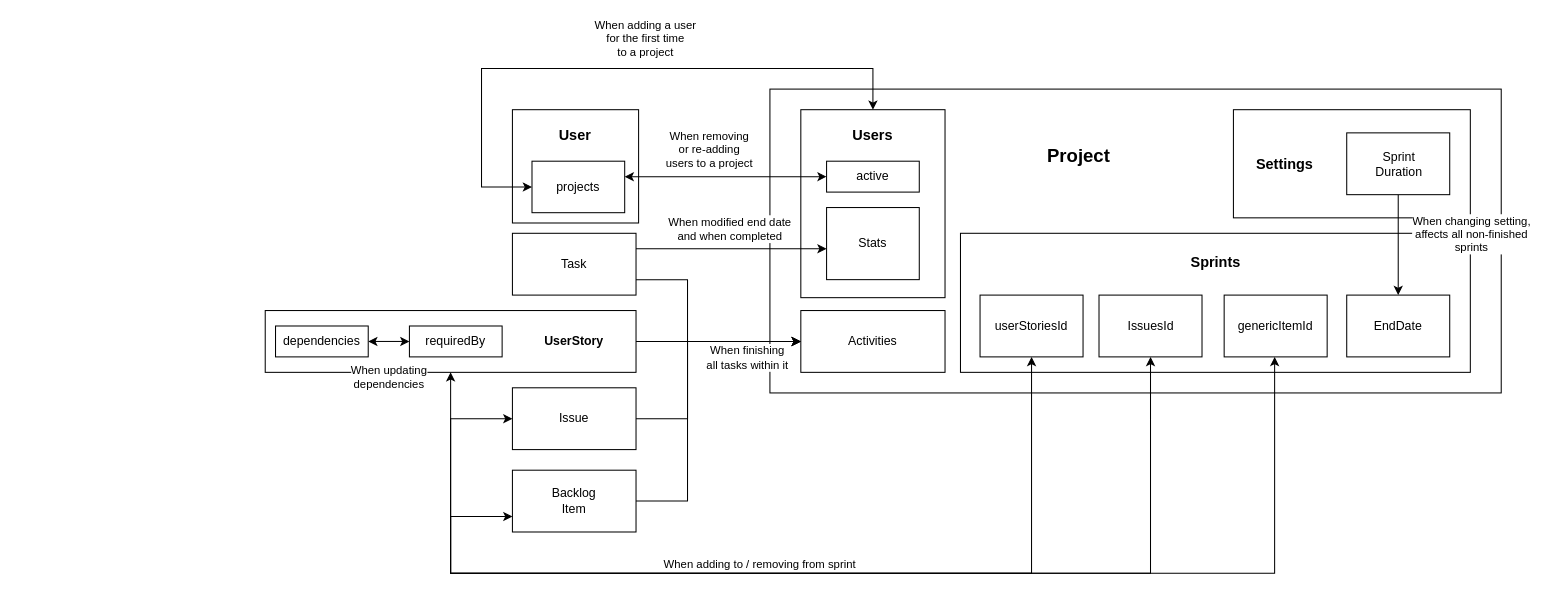
Before: diagrams/firebase_dependencies.drawio in Apantli/Tenor, a draw.io diagram. Source tidied: cells renumbered, new cells numbered last; positions are measured from the earlier drawing's top-left corner, leaving out a move shared by most shapes. Both pictures are drawn from the tidied source at 103%, with x=0, y=0 at pixel (265, 68).
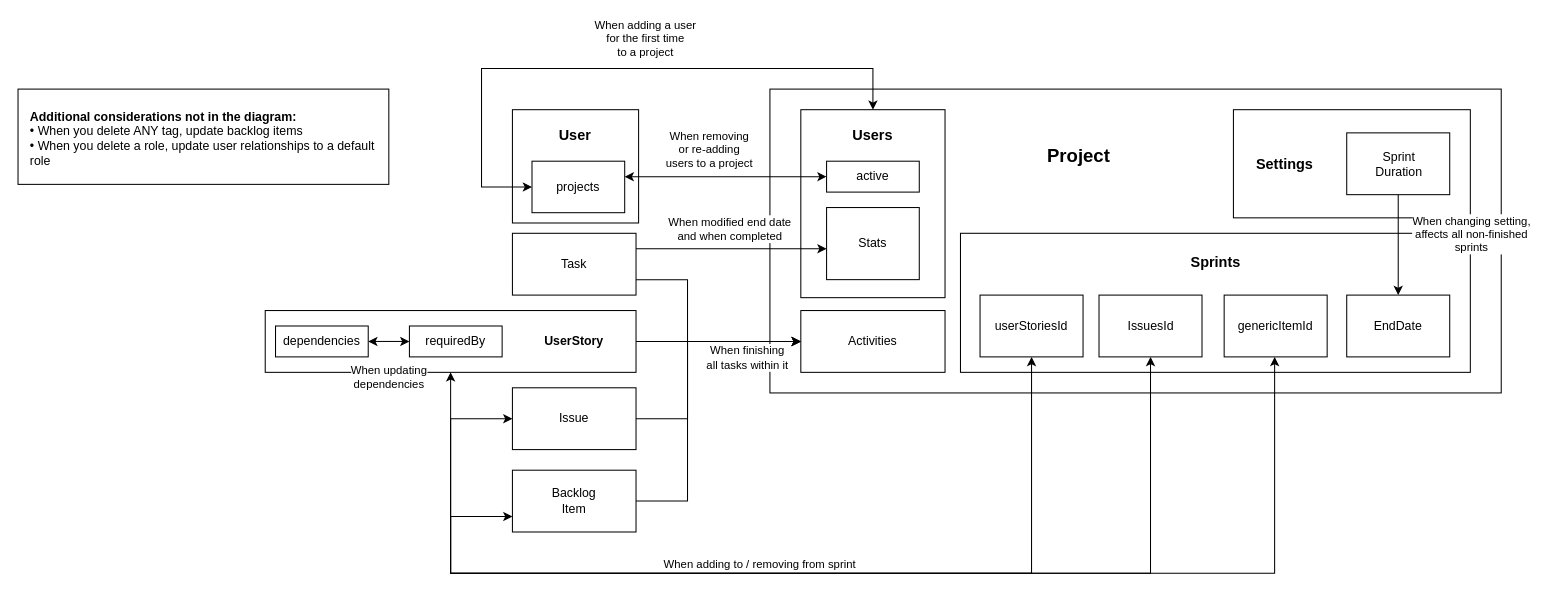
The same page after the edit.

Commit message:
Add additional consideration not before in firebase_dependencies.drawio

The edit, as a diff of the source:
```diff
@@
+    <mxCell id="60" style="rounded=0;whiteSpace=wrap;html=1;" parent="1" vertex="1">
+      <mxGeometry x="-240" y="20" width="360" height="92.5" as="geometry" />
+    </mxCell>
@@
+    <mxCell id="61" value="&lt;b&gt;Additional considerations not in the diagram:&lt;/b&gt;&lt;div&gt;• When you delete ANY tag, update backlog items&lt;/div&gt;&lt;div&gt;• When you delete a role, update user relationships to a default role&lt;/div&gt;" style="text;html=1;align=left;verticalAlign=top;whiteSpace=wrap;rounded=0;" parent="1" vertex="1">
+      <mxGeometry x="-230" y="33" width="340" height="137" as="geometry" />
+    </mxCell>
```
